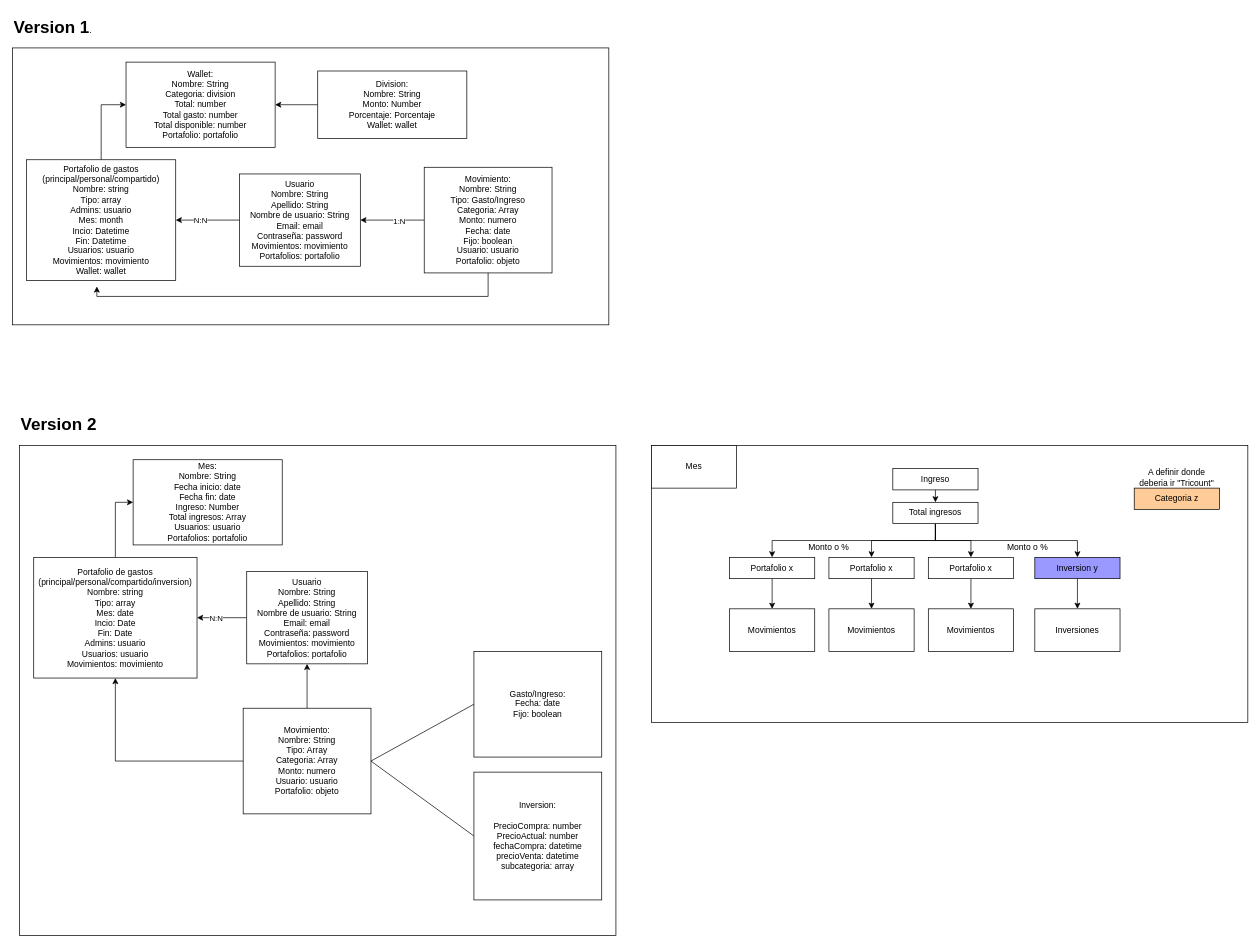
Above: page "Modelo del backend" (4 of 5) of Diseño.drawio in juancruzchemin/AhorrAR (draw.io), before the change. Source tidied: cells renumbered, new cells numbered last; positions are measured from the earlier drawing's top-left corner, leaving out a move shared by most shapes. Both pictures are drawn from the tidied source at 71%, with x=0, y=0 at pixel (12, 12).
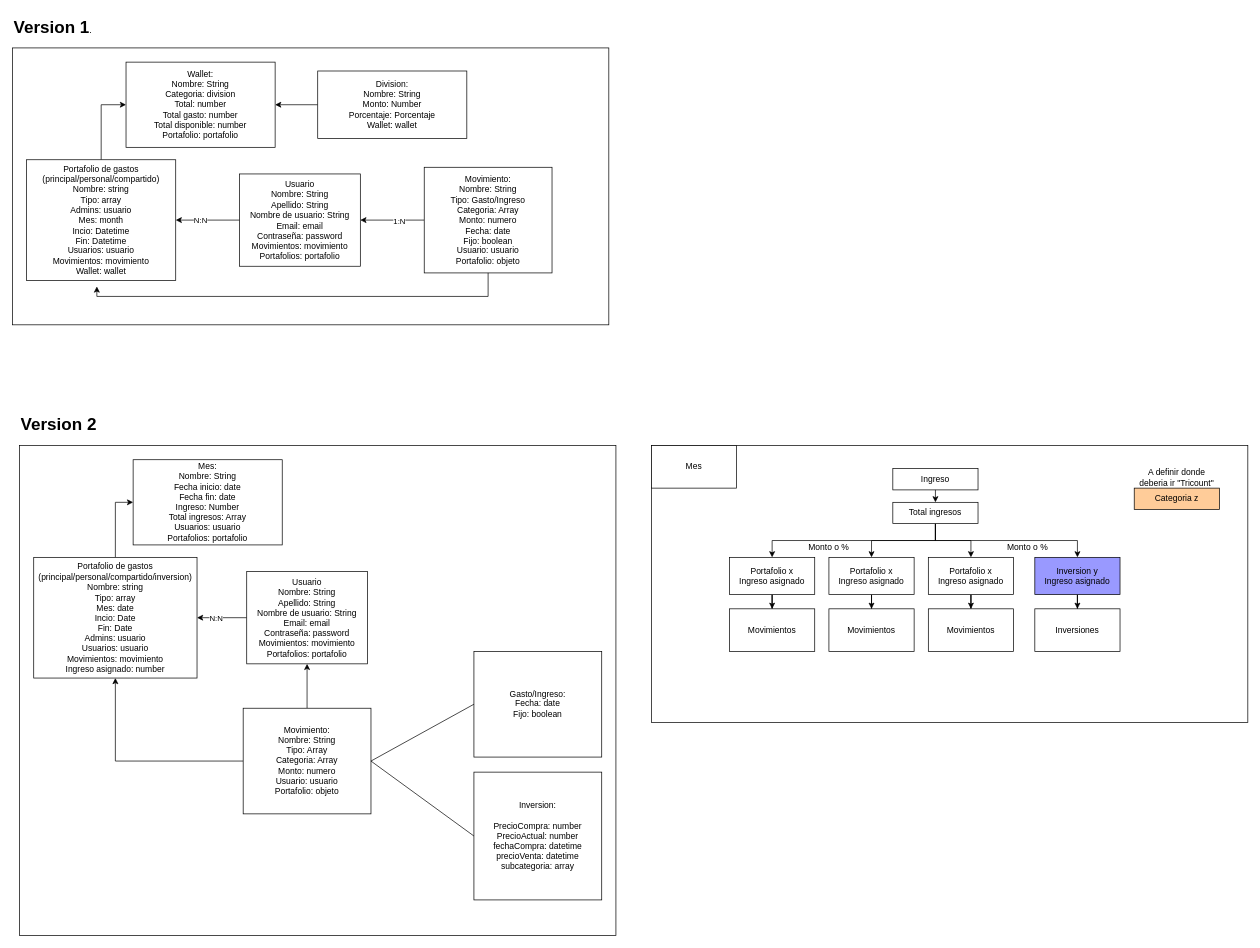
After the change.

Change to the diagram source:
```diff
@@
-    <mxCell id="17" value="Portafolio de gastos&lt;div&gt;(principal/personal/compartido/inversion)&lt;/div&gt;&lt;div&gt;Nombre: string&lt;br&gt;Tipo: array&lt;/div&gt;&lt;div&gt;Mes: date&lt;/div&gt;&lt;div&gt;Incio: Date&lt;/div&gt;&lt;div&gt;Fin: Date&lt;/div&gt;&lt;div&gt;&lt;div&gt;Admins: usuario&lt;/div&gt;Usuarios: usuario&lt;/div&gt;&lt;div&gt;Movimientos: movimiento&lt;/div&gt;" style="rounded=0;whiteSpace=wrap;html=1;" parent="1" vertex="1">
+    <mxCell id="17" value="Portafolio de gastos&lt;div&gt;(principal/personal/compartido/inversion)&lt;/div&gt;&lt;div&gt;Nombre: string&lt;br&gt;Tipo: array&lt;/div&gt;&lt;div&gt;Mes: date&lt;/div&gt;&lt;div&gt;Incio: Date&lt;/div&gt;&lt;div&gt;Fin: Date&lt;/div&gt;&lt;div&gt;&lt;div&gt;Admins: usuario&lt;/div&gt;Usuarios: usuario&lt;/div&gt;&lt;div&gt;Movimientos: movimiento&lt;/div&gt;&lt;div&gt;Ingreso asignado: number&lt;/div&gt;" style="rounded=0;whiteSpace=wrap;html=1;" parent="1" vertex="1">
       <mxGeometry x="30" y="767.5" width="230" height="170" as="geometry" />
     </mxCell>
@@
-    <mxCell id="33" value="Portafolio x" style="rounded=0;whiteSpace=wrap;html=1;" parent="1" vertex="1">
-      <mxGeometry x="1010" y="767.5" width="120" height="30" as="geometry" />
+    <mxCell id="33" value="Portafolio x&lt;br&gt;Ingreso asignado" style="rounded=0;whiteSpace=wrap;html=1;" parent="1" vertex="1">
+      <mxGeometry x="1010" y="767.5" width="120" height="52.5" as="geometry" />
     </mxCell>
@@
-    <mxCell id="35" value="Portafolio x" style="rounded=0;whiteSpace=wrap;html=1;" parent="1" vertex="1">
-      <mxGeometry x="1150" y="767.5" width="120" height="30" as="geometry" />
+    <mxCell id="35" value="Portafolio x&lt;br&gt;Ingreso asignado" style="rounded=0;whiteSpace=wrap;html=1;" parent="1" vertex="1">
+      <mxGeometry x="1150" y="767.5" width="120" height="52.5" as="geometry" />
     </mxCell>
@@
-    <mxCell id="37" value="Portafolio x" style="rounded=0;whiteSpace=wrap;html=1;" parent="1" vertex="1">
-      <mxGeometry x="1290" y="767.5" width="120" height="30" as="geometry" />
+    <mxCell id="37" value="Portafolio x&lt;br&gt;Ingreso asignado" style="rounded=0;whiteSpace=wrap;html=1;" parent="1" vertex="1">
+      <mxGeometry x="1290" y="767.5" width="120" height="52.5" as="geometry" />
     </mxCell>
@@
-    <mxCell id="39" value="Inversion y" style="rounded=0;whiteSpace=wrap;html=1;fillColor=#9999FF;" parent="1" vertex="1">
-      <mxGeometry x="1440" y="767.5" width="120" height="30" as="geometry" />
+    <mxCell id="39" value="Inversion y&lt;div&gt;Ingreso asignado&lt;/div&gt;" style="rounded=0;whiteSpace=wrap;html=1;fillColor=#9999FF;" parent="1" vertex="1">
+      <mxGeometry x="1440" y="767.5" width="120" height="52.5" as="geometry" />
     </mxCell>
```
